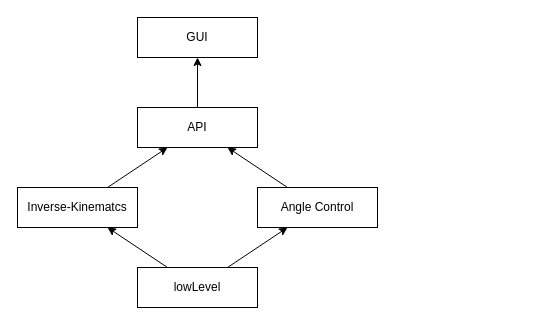
Earlier version of the draw.io diagram Controller/design.drawio (balintkeri/MyRobotArm). Source tidied: cells renumbered, new cells numbered last; positions are measured from the earlier drawing's top-left corner, leaving out a move shared by most shapes. Both pictures are drawn from the tidied source at 100%, with x=0, y=0 at pixel (17, 17).
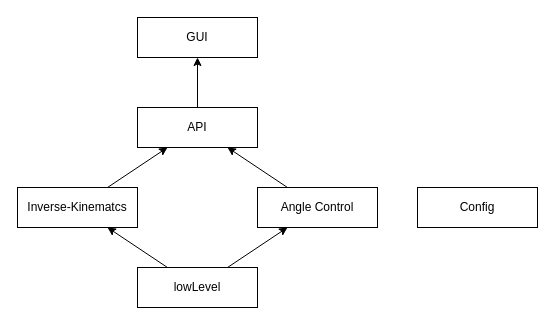
The same page after the edit.

Change to the diagram source:
```diff
@@
 <mxGraphModel>
   <root>
     <mxCell id="0" />
     <mxCell id="1" parent="0" />
     <mxCell id="2" style="edgeStyle=none;html=1;" parent="1" edge="1" source="4" target="8">
       <mxGeometry relative="1" as="geometry" />
     </mxCell>
     <mxCell id="3" style="edgeStyle=none;html=1;" parent="1" edge="1" source="4" target="6">
       <mxGeometry relative="1" as="geometry" />
     </mxCell>
     <mxCell id="4" value="lowLevel" style="html=1;whiteSpace=wrap;" parent="1" vertex="1">
       <mxGeometry x="120" y="250" width="120" height="40" as="geometry" />
     </mxCell>
     <mxCell id="5" style="edgeStyle=none;html=1;" parent="1" edge="1" source="6" target="10">
       <mxGeometry relative="1" as="geometry" />
     </mxCell>
     <mxCell id="6" value="Inverse-Kinematcs" style="html=1;whiteSpace=wrap;" parent="1" vertex="1">
       <mxGeometry y="170" width="120" height="40" as="geometry" />
     </mxCell>
     <mxCell id="7" style="edgeStyle=none;html=1;" parent="1" edge="1" source="8" target="10">
       <mxGeometry relative="1" as="geometry" />
     </mxCell>
     <mxCell id="8" value="Angle Control" style="html=1;whiteSpace=wrap;" parent="1" vertex="1">
       <mxGeometry x="240" y="170" width="120" height="40" as="geometry" />
     </mxCell>
     <mxCell id="9" style="edgeStyle=none;html=1;" parent="1" edge="1" source="10" target="11">
       <mxGeometry relative="1" as="geometry" />
     </mxCell>
     <mxCell id="10" value="API" style="html=1;whiteSpace=wrap;" parent="1" vertex="1">
       <mxGeometry x="120" y="90" width="120" height="40" as="geometry" />
     </mxCell>
     <mxCell id="11" value="GUI" style="html=1;whiteSpace=wrap;" parent="1" vertex="1">
       <mxGeometry x="120" width="120" height="40" as="geometry" />
     </mxCell>
+    <mxCell id="12" value="Config" style="html=1;whiteSpace=wrap;" parent="1" vertex="1">
+      <mxGeometry x="400" y="170" width="120" height="40" as="geometry" />
+    </mxCell>
   </root>
 </mxGraphModel>
```
